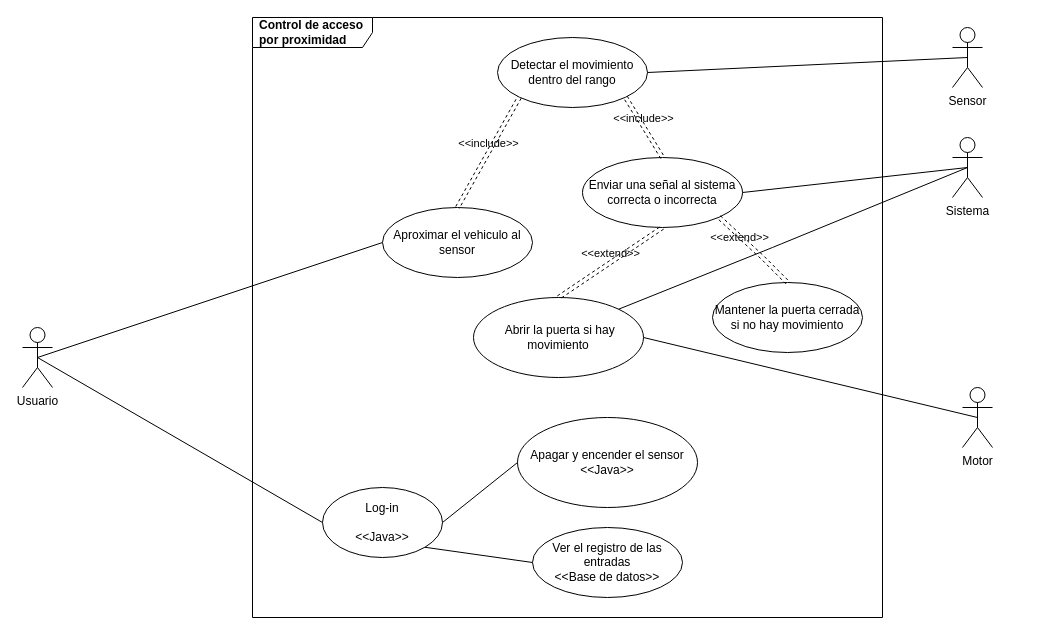
The draw.io diagram lib/DiagramaCasosDeUso_Proyecto.drawio in BrandonFreire/ProyectoBimestre, before the edit. Source tidied: cells renumbered, new cells numbered last; positions are measured from the earlier drawing's top-left corner, leaving out a move shared by most shapes. Both pictures are drawn from the tidied source at 100%, with x=0, y=0 at pixel (22, 17).
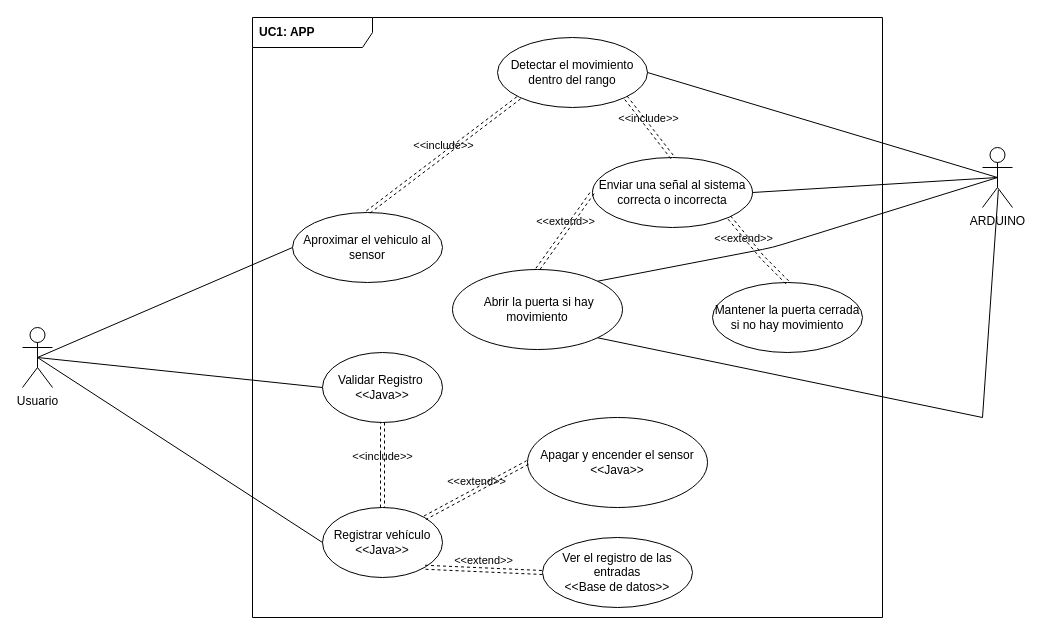
Above is the later version.

Unchanged cells that the change refers to:
```xml
<mxCell id="2" value="Usuario" style="shape=umlActor;verticalLabelPosition=bottom;verticalAlign=top;html=1;" parent="1" vertex="1">
  <mxGeometry y="310" width="30" height="60" as="geometry" />
</mxCell>
<mxCell id="8" value="&lt;span style=&quot;&quot;&gt;Detectar el movimiento dentro del rango&lt;/span&gt;" style="ellipse;whiteSpace=wrap;html=1;" parent="1" vertex="1">
  <mxGeometry x="475" y="20" width="150" height="70" as="geometry" />
</mxCell>
```

The edit, as a diff of the source:
```diff
@@
-    <mxCell id="4" value="Sensor" style="shape=umlActor;verticalLabelPosition=bottom;verticalAlign=top;html=1;" parent="1" vertex="1">
-      <mxGeometry x="930" y="10" width="30" height="60" as="geometry" />
-    </mxCell>
-    <mxCell id="5" value="Control de acceso por proximidad" style="shape=umlFrame;whiteSpace=wrap;html=1;width=120;height=30;boundedLbl=1;verticalAlign=middle;align=left;spacingLeft=5;fontStyle=1;" parent="1" vertex="1">
+    <mxCell id="5" value="UC1: APP" style="shape=umlFrame;whiteSpace=wrap;html=1;width=120;height=30;boundedLbl=1;verticalAlign=middle;align=left;spacingLeft=5;fontStyle=1;" parent="1" vertex="1">
       <mxGeometry x="230" width="630" height="600" as="geometry" />
     </mxCell>
-    <mxCell id="6" value="Sistema" style="shape=umlActor;verticalLabelPosition=bottom;verticalAlign=top;html=1;" parent="1" vertex="1">
-      <mxGeometry x="930" y="120" width="30" height="60" as="geometry" />
+    <mxCell id="6" value="ARDUINO" style="shape=umlActor;verticalLabelPosition=bottom;verticalAlign=top;html=1;" parent="1" vertex="1">
+      <mxGeometry x="960" y="130" width="30" height="60" as="geometry" />
     </mxCell>
     <mxCell id="7" value="&lt;span style=&quot;&quot;&gt;Aproximar el vehiculo al sensor&lt;/span&gt;" style="ellipse;whiteSpace=wrap;html=1;" parent="1" vertex="1">
-      <mxGeometry x="360" y="190" width="150" height="70" as="geometry" />
+      <mxGeometry x="270" y="195" width="150" height="70" as="geometry" />
     </mxCell>
@@
     <mxCell id="9" value="&lt;span style=&quot;&quot;&gt;Enviar una señal al sistema correcta o incorrecta&lt;/span&gt;" style="ellipse;whiteSpace=wrap;html=1;" parent="1" vertex="1">
-      <mxGeometry x="560" y="140" width="160" height="70" as="geometry" />
+      <mxGeometry x="570" y="140" width="160" height="70" as="geometry" />
     </mxCell>
-    <mxCell id="10" style="html=1;exitX=1;exitY=0.5;exitDx=0;exitDy=0;entryX=0.5;entryY=0.5;entryDx=0;entryDy=0;endArrow=none;endFill=0;entryPerimeter=0;" parent="1" edge="1" source="8" target="4">
-      <mxGeometry relative="1" as="geometry" />
-    </mxCell>
-    <mxCell id="11" value="Motor" style="shape=umlActor;verticalLabelPosition=bottom;verticalAlign=top;html=1;" parent="1" vertex="1">
-      <mxGeometry x="940" y="370" width="30" height="60" as="geometry" />
-    </mxCell>
@@
     <mxCell id="15" value="&amp;nbsp;Abrir la puerta si hay movimiento" style="ellipse;whiteSpace=wrap;html=1;" parent="1" vertex="1">
-      <mxGeometry x="451" y="280" width="170" height="80" as="geometry" />
+      <mxGeometry x="430" y="252" width="170" height="80" as="geometry" />
     </mxCell>
-    <mxCell id="16" style="html=1;exitX=1;exitY=0.5;exitDx=0;exitDy=0;entryX=0.5;entryY=0.5;entryDx=0;entryDy=0;endArrow=none;endFill=0;entryPerimeter=0;" parent="1" edge="1" source="15" target="11">
-      <mxGeometry relative="1" as="geometry" />
+    <mxCell id="16" style="html=1;exitX=1;exitY=1;exitDx=0;exitDy=0;endArrow=none;endFill=0;" parent="1" edge="1" source="15">
+      <mxGeometry relative="1" as="geometry">
+        <mxPoint x="960" y="400" as="targetPoint" />
+      </mxGeometry>
     </mxCell>
-    <mxCell id="17" value="&amp;lt;&amp;lt;extend&amp;gt;&amp;gt;" style="html=1;verticalAlign=bottom;labelBackgroundColor=none;endArrow=open;endFill=0;dashed=1;shape=link;exitX=0.5;exitY=1;exitDx=0;exitDy=0;entryX=0.5;entryY=0;entryDx=0;entryDy=0;" parent="1" edge="1" source="9" target="15">
+    <mxCell id="17" value="&amp;lt;&amp;lt;extend&amp;gt;&amp;gt;" style="html=1;verticalAlign=bottom;labelBackgroundColor=none;endArrow=open;endFill=0;dashed=1;shape=link;exitX=0;exitY=0.5;exitDx=0;exitDy=0;entryX=0.5;entryY=0;entryDx=0;entryDy=0;" parent="1" edge="1" source="9" target="15">
       <mxGeometry relative="1" as="geometry" />
     </mxCell>
@@
-    <mxCell id="21" value="&lt;span style=&quot;&quot;&gt;Log-in&lt;br&gt;&lt;br&gt;&amp;lt;&amp;lt;Java&amp;gt;&amp;gt;&lt;br&gt;&lt;/span&gt;" style="ellipse;whiteSpace=wrap;html=1;" parent="1" vertex="1">
-      <mxGeometry x="300" y="470" width="120" height="70" as="geometry" />
+    <mxCell id="21" value="&lt;span style=&quot;&quot;&gt;Registrar vehículo&lt;br&gt;&amp;lt;&amp;lt;Java&amp;gt;&amp;gt;&lt;br&gt;&lt;/span&gt;" style="ellipse;whiteSpace=wrap;html=1;" parent="1" vertex="1">
+      <mxGeometry x="300" y="490" width="120" height="70" as="geometry" />
     </mxCell>
@@
     <mxCell id="23" value="Ver el registro de las entradas&lt;br&gt;&amp;lt;&amp;lt;Base de datos&amp;gt;&amp;gt;" style="ellipse;whiteSpace=wrap;html=1;" parent="1" vertex="1">
-      <mxGeometry x="510" y="510" width="150" height="70" as="geometry" />
+      <mxGeometry x="520" y="520" width="150" height="70" as="geometry" />
     </mxCell>
     <mxCell id="24" value="&lt;span style=&quot;&quot;&gt;Apagar y encender el sensor&lt;br&gt;&amp;lt;&amp;lt;Java&amp;gt;&amp;gt;&lt;br&gt;&lt;/span&gt;" style="ellipse;whiteSpace=wrap;html=1;" parent="1" vertex="1">
-      <mxGeometry x="495" y="400" width="180" height="90" as="geometry" />
+      <mxGeometry x="505" y="400" width="180" height="90" as="geometry" />
     </mxCell>
-    <mxCell id="25" style="html=1;exitX=1;exitY=0.5;exitDx=0;exitDy=0;entryX=0;entryY=0.5;entryDx=0;entryDy=0;endArrow=none;endFill=0;" parent="1" edge="1" source="21" target="24">
-      <mxGeometry relative="1" as="geometry" />
-    </mxCell>
-    <mxCell id="26" style="html=1;exitX=1;exitY=1;exitDx=0;exitDy=0;entryX=0;entryY=0.5;entryDx=0;entryDy=0;endArrow=none;endFill=0;" parent="1" edge="1" source="21" target="23">
-      <mxGeometry relative="1" as="geometry" />
-    </mxCell>
+    <mxCell id="27" value="&lt;span style=&quot;&quot;&gt;Validar Registro&amp;nbsp;&lt;br&gt;&amp;lt;&amp;lt;Java&amp;gt;&amp;gt;&lt;br&gt;&lt;/span&gt;" style="ellipse;whiteSpace=wrap;html=1;" parent="1" vertex="1">
+      <mxGeometry x="300" y="335" width="120" height="70" as="geometry" />
+    </mxCell>
+    <mxCell id="28" value="&amp;lt;&amp;lt;extend&amp;gt;&amp;gt;" style="html=1;verticalAlign=bottom;labelBackgroundColor=none;endArrow=open;endFill=0;dashed=1;shape=link;exitX=0;exitY=0.5;exitDx=0;exitDy=0;entryX=1;entryY=0;entryDx=0;entryDy=0;" parent="1" edge="1" source="24" target="21">
+      <mxGeometry relative="1" as="geometry" />
+    </mxCell>
+    <mxCell id="29" value="&amp;lt;&amp;lt;extend&amp;gt;&amp;gt;" style="html=1;verticalAlign=bottom;labelBackgroundColor=none;endArrow=open;endFill=0;dashed=1;shape=link;exitX=0;exitY=0.5;exitDx=0;exitDy=0;entryX=1;entryY=1;entryDx=0;entryDy=0;" parent="1" edge="1" source="23" target="21">
+      <mxGeometry relative="1" as="geometry" />
+    </mxCell>
+    <mxCell id="30" style="html=1;exitX=0.5;exitY=0.5;exitDx=0;exitDy=0;exitPerimeter=0;entryX=0;entryY=0.5;entryDx=0;entryDy=0;endArrow=none;endFill=0;" parent="1" edge="1" source="2" target="27">
+      <mxGeometry relative="1" as="geometry" />
+    </mxCell>
+    <mxCell id="31" value="&amp;lt;&amp;lt;include&amp;gt;&amp;gt;" style="html=1;verticalAlign=bottom;labelBackgroundColor=none;endArrow=open;endFill=0;dashed=1;shape=link;entryX=0.5;entryY=0;entryDx=0;entryDy=0;exitX=0.5;exitY=1;exitDx=0;exitDy=0;" parent="1" edge="1" source="27" target="21">
+      <mxGeometry relative="1" as="geometry" />
+    </mxCell>
+    <mxCell id="32" style="html=1;exitX=1;exitY=0.5;exitDx=0;exitDy=0;entryX=0.5;entryY=0.5;entryDx=0;entryDy=0;endArrow=none;endFill=0;entryPerimeter=0;" parent="1" edge="1" source="8" target="6">
+      <mxGeometry relative="1" as="geometry" />
+    </mxCell>
+    <mxCell id="33" style="html=1;exitX=0.528;exitY=0.708;exitDx=0;exitDy=0;endArrow=none;endFill=0;exitPerimeter=0;" parent="1" edge="1" source="6">
+      <mxGeometry relative="1" as="geometry">
+        <mxPoint x="960" y="400" as="targetPoint" />
+      </mxGeometry>
+    </mxCell>
```
